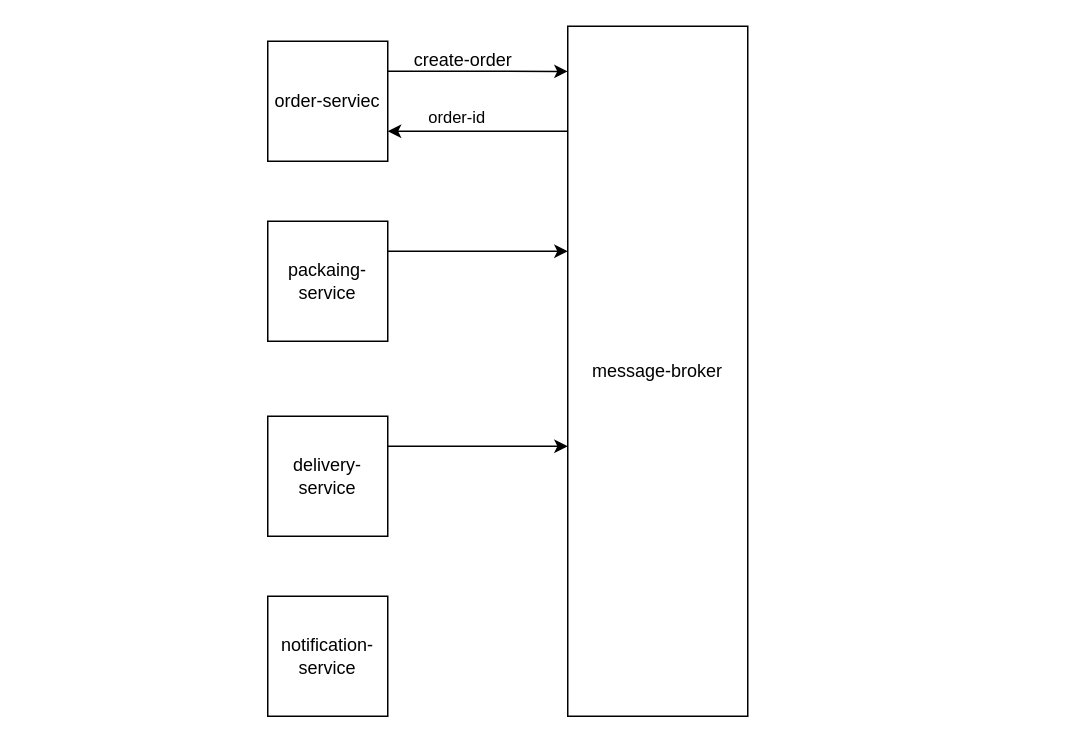
The draw.io diagram gke-demo-ecom.drawio in ankurdotcom/gke-demo-order-service, before the edit. Source tidied: cells renumbered, new cells numbered last; positions are measured from the earlier drawing's top-left corner, leaving out a move shared by most shapes. Both pictures are drawn from the tidied source at 150%, with x=0, y=0 at pixel (267, 26).
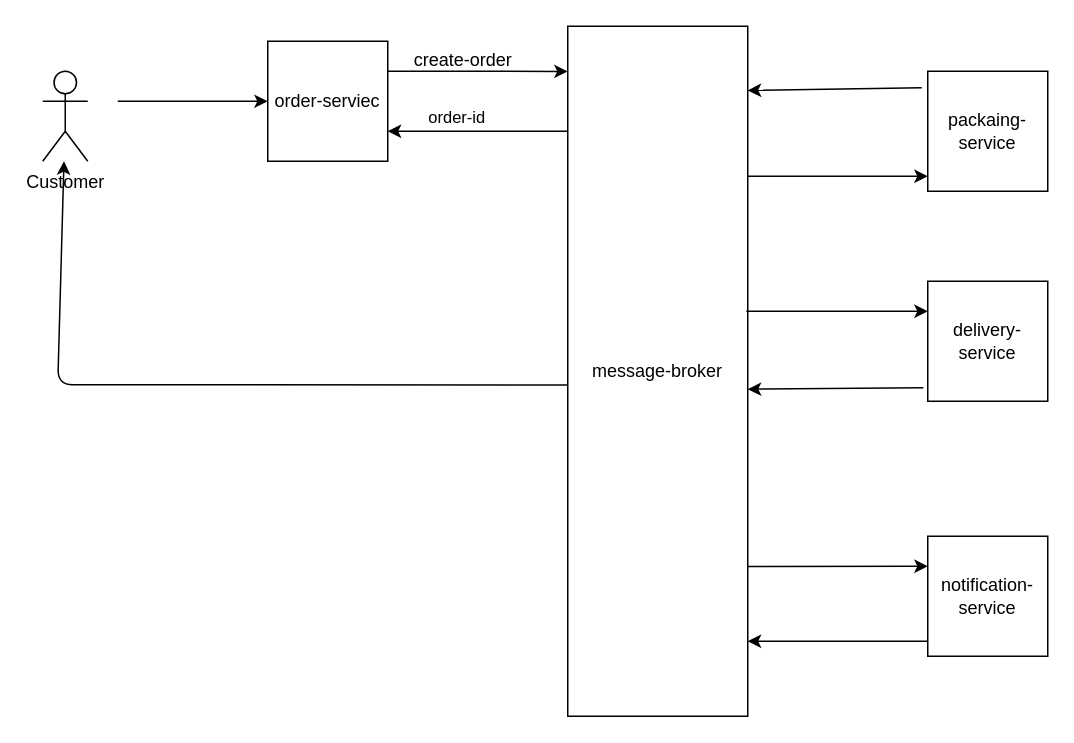
Above is the later version.

Unchanged cells that the change refers to:
```xml
<mxCell id="4" value="order-serviec" style="whiteSpace=wrap;html=1;" parent="1" vertex="1">
  <mxGeometry y="10" width="80" height="80" as="geometry" />
</mxCell>
<mxCell id="5" value="message-broker" style="rounded=0;whiteSpace=wrap;html=1;" parent="1" vertex="1">
  <mxGeometry x="200" width="120" height="460" as="geometry" />
</mxCell>
```

What changed in the source:
```diff
@@
     <mxCell id="6" value="packaing-service" style="whiteSpace=wrap;html=1;" parent="1" vertex="1">
-      <mxGeometry y="130" width="80" height="80" as="geometry" />
+      <mxGeometry x="440" y="30" width="80" height="80" as="geometry" />
     </mxCell>
     <mxCell id="7" value="notification-service" style="whiteSpace=wrap;html=1;" parent="1" vertex="1">
-      <mxGeometry y="380" width="80" height="80" as="geometry" />
+      <mxGeometry x="440" y="340" width="80" height="80" as="geometry" />
     </mxCell>
     <mxCell id="8" value="delivery-service" style="whiteSpace=wrap;html=1;" parent="1" vertex="1">
-      <mxGeometry y="260" width="80" height="80" as="geometry" />
+      <mxGeometry x="440" y="170" width="80" height="80" as="geometry" />
     </mxCell>
@@
     <mxCell id="10" style="endArrow=classic;html=1;rounded=0;entryX=0;entryY=0.109;entryDx=0;entryDy=0;entryPerimeter=0;" parent="1" edge="1">
       <mxGeometry relative="1" as="geometry">
-        <mxPoint x="80" y="150" as="sourcePoint" />
-        <mxPoint x="200" y="150" as="targetPoint" />
+        <mxPoint x="320" y="100" as="sourcePoint" />
+        <mxPoint x="440" y="100" as="targetPoint" />
       </mxGeometry>
     </mxCell>
-    <mxCell id="11" style="endArrow=classic;html=1;rounded=0;entryX=0;entryY=0.109;entryDx=0;entryDy=0;entryPerimeter=0;" parent="1" edge="1">
-      <mxGeometry relative="1" as="geometry">
-        <mxPoint x="80" y="280" as="sourcePoint" />
-        <mxPoint x="200" y="280" as="targetPoint" />
-      </mxGeometry>
+    <mxCell id="11" style="endArrow=classic;html=1;rounded=0;entryX=0;entryY=0.25;entryDx=0;entryDy=0;entryPerimeter=0;exitX=0.992;exitY=0.413;exitDx=0;exitDy=0;exitPerimeter=0;" parent="1" edge="1" source="5" target="8">
+      <mxGeometry relative="1" as="geometry" />
     </mxCell>
@@
+    <mxCell id="13" style="endArrow=classic;html=1;exitX=1;exitY=0.783;exitDx=0;exitDy=0;exitPerimeter=0;" parent="1" edge="1" source="5">
+      <mxGeometry relative="1" as="geometry">
+        <mxPoint x="440" y="360" as="targetPoint" />
+      </mxGeometry>
+    </mxCell>
+    <mxCell id="14" style="endArrow=classic;html=1;exitX=1;exitY=0.826;exitDx=0;exitDy=0;entryX=0;entryY=0.5;entryDx=0;entryDy=0;exitPerimeter=0;" parent="1" edge="1">
+      <mxGeometry relative="1" as="geometry">
+        <mxPoint x="440" y="410" as="sourcePoint" />
+        <mxPoint x="320" y="410" as="targetPoint" />
+      </mxGeometry>
+    </mxCell>
+    <mxCell id="15" style="endArrow=classic;html=1;entryX=1;entryY=0.526;entryDx=0;entryDy=0;entryPerimeter=0;exitX=-0.037;exitY=0.888;exitDx=0;exitDy=0;exitPerimeter=0;" parent="1" edge="1" source="8" target="5">
+      <mxGeometry relative="1" as="geometry" />
+    </mxCell>
+    <mxCell id="16" style="endArrow=classic;html=1;exitX=-0.05;exitY=0.138;exitDx=0;exitDy=0;exitPerimeter=0;entryX=1;entryY=0.093;entryDx=0;entryDy=0;entryPerimeter=0;" parent="1" edge="1" source="6" target="5">
+      <mxGeometry relative="1" as="geometry" />
+    </mxCell>
+    <mxCell id="17" value="Customer" style="shape=umlActor;verticalLabelPosition=bottom;verticalAlign=top;html=1;outlineConnect=0;" parent="1" vertex="1">
+      <mxGeometry x="-150" y="30" width="30" height="60" as="geometry" />
+    </mxCell>
+    <mxCell id="18" style="endArrow=classic;html=1;entryX=0;entryY=0.5;entryDx=0;entryDy=0;" parent="1" edge="1" target="4">
+      <mxGeometry relative="1" as="geometry">
+        <mxPoint x="-100" y="50" as="sourcePoint" />
+      </mxGeometry>
+    </mxCell>
+    <mxCell id="19" style="endArrow=classic;html=1;exitX=0;exitY=0.52;exitDx=0;exitDy=0;exitPerimeter=0;" parent="1" edge="1" source="5" target="17">
+      <mxGeometry relative="1" as="geometry">
+        <Array as="points">
+          <mxPoint x="-140" y="239" />
+        </Array>
+      </mxGeometry>
+    </mxCell>
```
